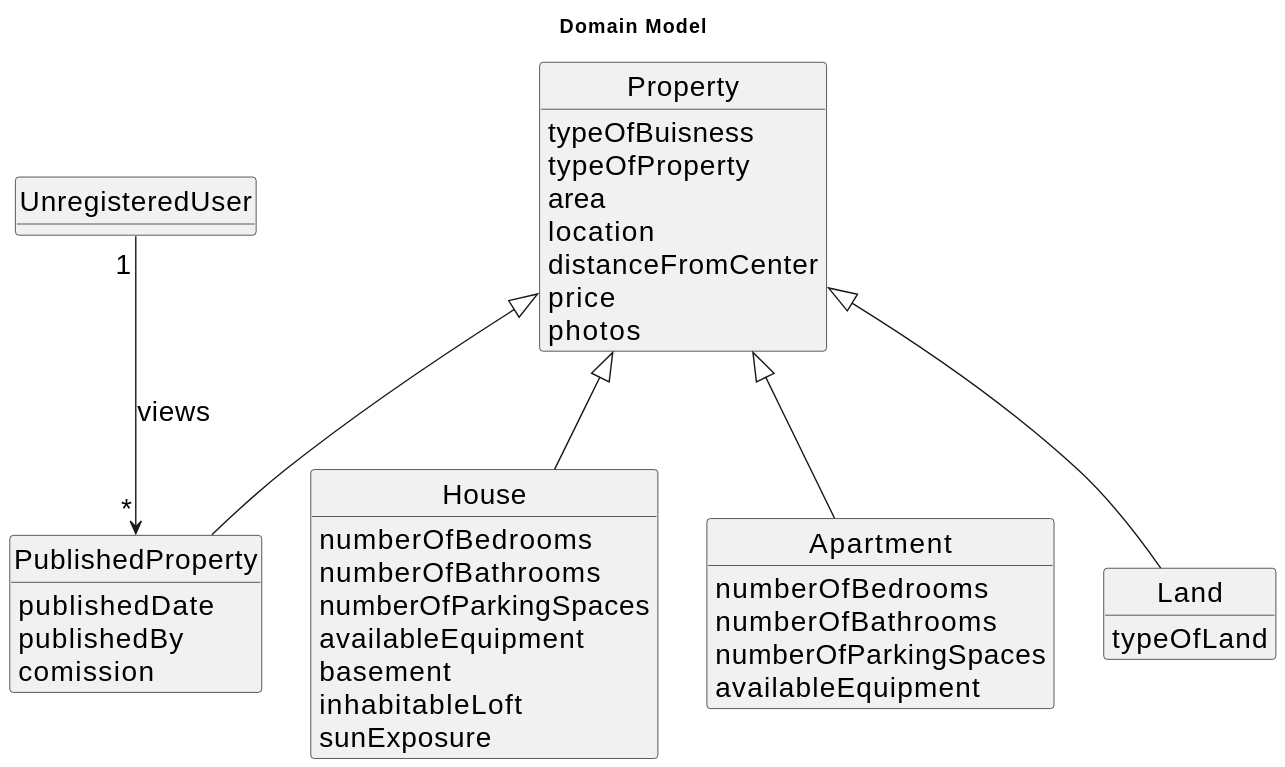
Goncalves2525/real-estate-management-system keeps this PlantUML diagram as docs/sprintB/us001/02.analysis/svg/us001-domain-model.svg. Above is the earlier version. The source it was exported from:
```plantuml
@startuml
skinparamlocked defaultFontSize 20
skinparam monochrome true
skinparam packageStyle rectangle
skinparam shadowing false

skinparam classAttributeIconSize 0

hide circle
hide methods

title Domain Model


class UnregisteredUser{

}

class Property{
    typeOfBuisness
    typeOfProperty
    area
    location
    distanceFromCenter
    price
    photos
}


class PublishedProperty extends Property{
    publishedDate
    publishedBy
    comission
}

class House extends Property{
        numberOfBedrooms
        numberOfBathrooms
        numberOfParkingSpaces
        availableEquipment
        basement
        inhabitableLoft
        sunExposure
}

class Apartment extends Property{
    numberOfBedrooms
        numberOfBathrooms
        numberOfParkingSpaces
        availableEquipment
}

class Land extends Property{
    typeOfLand
}

UnregisteredUser "1" --> "*" PublishedProperty : views
@enduml
```
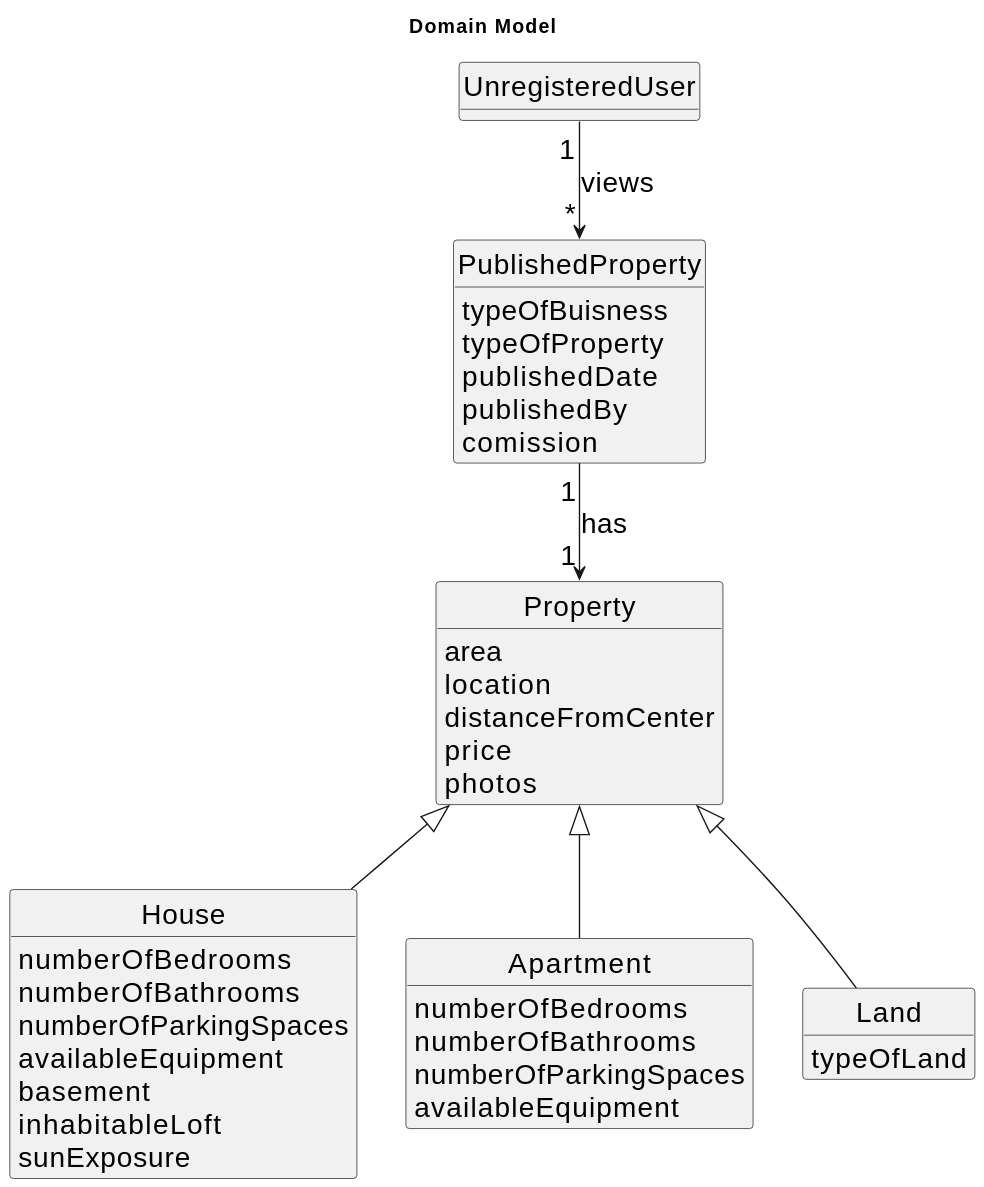
The same file after the commit.

The edit, as a diff of the source:
```diff
@@ -17,8 +17,6 @@
 }
 
 class Property{
-    typeOfBuisness
-    typeOfProperty
     area
     location
     distanceFromCenter
@@ -27,7 +25,9 @@
 }
 
 
-class PublishedProperty extends Property{
+class PublishedProperty{
+    typeOfBuisness
+    typeOfProperty
     publishedDate
     publishedBy
     comission
@@ -44,7 +44,7 @@
 }
 
 class Apartment extends Property{
-    numberOfBedrooms
+        numberOfBedrooms
         numberOfBathrooms
         numberOfParkingSpaces
         availableEquipment
@@ -55,4 +55,5 @@
 }
 
 UnregisteredUser "1" --> "*" PublishedProperty : views
+PublishedProperty "1" --> "1" Property : has
 @enduml
```
